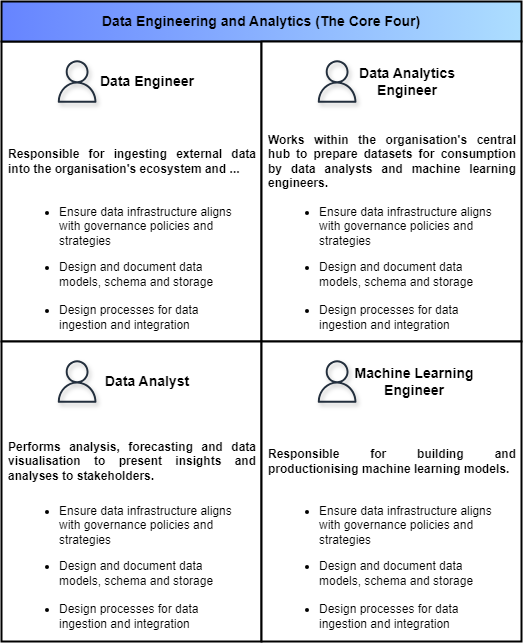
Earlier version of the draw.io export images/blogs/corefour.png (RobSLong/RobSLong.github.io). Source tidied: cells renumbered, new cells last; positions are measured from the earlier drawing's top-left corner, leaving out a move shared by most shapes.
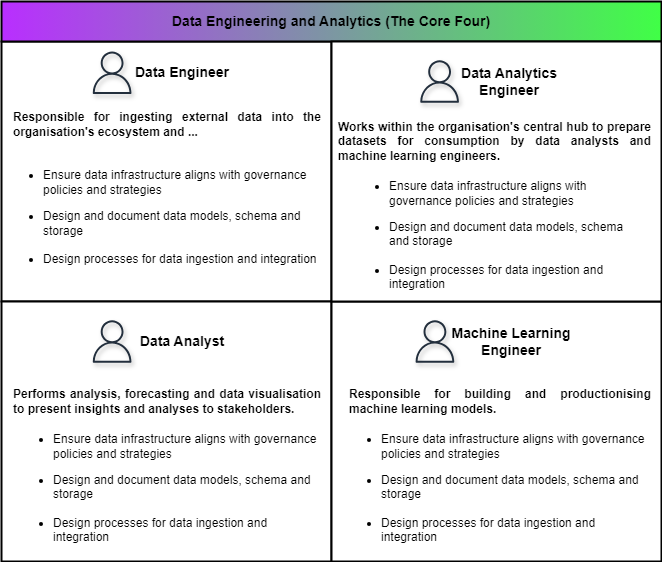
After the change.

Diff of the diagram source:
```diff
@@ -2,68 +2,68 @@
   <root>
     <mxCell id="0" />
     <mxCell id="1" parent="0" />
-    <mxCell id="2" style="rounded=0;whiteSpace=wrap;html=1;strokeWidth=2;" parent="1" vertex="1">
-      <mxGeometry y="40" width="260" height="300" as="geometry" />
-    </mxCell>
+    <mxCell id="23" style="rounded=0;whiteSpace=wrap;html=1;strokeWidth=2;" parent="1" vertex="1">
+      <mxGeometry x="-70" y="40" width="330" height="260" as="geometry" />
+    </mxCell>
+    <mxCell id="24" style="rounded=0;whiteSpace=wrap;html=1;strokeWidth=2;" parent="1" vertex="1">
+      <mxGeometry x="-70" y="300" width="330" height="260" as="geometry" />
+    </mxCell>
+    <mxCell id="25" style="rounded=0;whiteSpace=wrap;html=1;strokeWidth=2;" parent="1" vertex="1">
+      <mxGeometry x="260" y="300" width="330" height="260" as="geometry" />
+    </mxCell>
     <mxCell id="3" style="sketch=0;fontColor=#232F3E;gradientColor=none;fillColor=#232F3D;strokeColor=none;dashed=0;verticalLabelPosition=bottom;verticalAlign=top;align=center;html=1;fontSize=12;fontStyle=0;shape=mxgraph.aws4.user;shadow=1;textShadow=1;" parent="1" vertex="1">
-      <mxGeometry x="54.4" y="58.8" width="42.5" height="42.5" as="geometry" />
+      <mxGeometry x="19.4" y="50" width="42.5" height="42.5" as="geometry" />
     </mxCell>
     <mxCell id="4" value="&lt;b&gt;&lt;font style=&quot;font-size: 14px;&quot;&gt;Data Engineer&lt;/font&gt;&lt;/b&gt;" style="rounded=0;whiteSpace=wrap;html=1;fillColor=none;strokeColor=none;" parent="1" vertex="1">
-      <mxGeometry x="85.6" y="50" width="120" height="60" as="geometry" />
+      <mxGeometry x="50.6" y="41.2" width="120" height="60" as="geometry" />
     </mxCell>
     <mxCell id="5" value="&lt;ul&gt;&lt;li&gt;&lt;span style=&quot;background-color: initial; text-align: justify;&quot;&gt;Ensure data infrastructure aligns with governance policies and strategies&lt;/span&gt;&lt;/li&gt;&lt;/ul&gt;&lt;ul&gt;&lt;li&gt;&lt;span style=&quot;background-color: initial;&quot;&gt;Design and document data models, schema and storage&lt;br&gt;&lt;br&gt;&lt;/span&gt;&lt;/li&gt;&lt;li&gt;Design processes for data ingestion and integration&lt;/li&gt;&lt;/ul&gt;" style="rounded=0;whiteSpace=wrap;html=1;align=left;strokeColor=none;fillColor=none;" parent="1" vertex="1">
-      <mxGeometry x="15.6" y="203" width="228.8" height="127" as="geometry" />
+      <mxGeometry x="-70" y="152.5" width="320" height="127" as="geometry" />
     </mxCell>
     <mxCell id="6" value="&lt;div style=&quot;text-align: justify;&quot;&gt;&lt;b&gt;Responsible for ingesting external data into the organisation's ecosystem and ...&lt;/b&gt;&lt;br&gt;&lt;/div&gt;" style="rounded=0;whiteSpace=wrap;html=1;align=left;strokeColor=none;fillColor=none;" parent="1" vertex="1">
-      <mxGeometry x="5" y="130" width="250" height="60" as="geometry" />
+      <mxGeometry x="-60" y="92.5" width="310" height="60" as="geometry" />
     </mxCell>
-    <mxCell id="7" value="&lt;b&gt;&lt;font style=&quot;font-size: 14px;&quot;&gt;Data Engineering and Analytics (The Core Four)&lt;/font&gt;&lt;/b&gt;" style="rounded=0;whiteSpace=wrap;html=1;gradientColor=#ADDEFF;gradientDirection=east;fillColor=#6684FF;strokeWidth=2;" parent="1" vertex="1">
-      <mxGeometry width="520" height="40" as="geometry" />
+    <mxCell id="7" value="&lt;b&gt;&lt;font style=&quot;font-size: 14px;&quot;&gt;Data Engineering and Analytics (The Core Four)&lt;/font&gt;&lt;/b&gt;" style="rounded=0;whiteSpace=wrap;html=1;gradientColor=#40FF46;gradientDirection=east;fillColor=#B92EFF;strokeWidth=2;" parent="1" vertex="1">
+      <mxGeometry x="-70" width="660" height="40" as="geometry" />
     </mxCell>
     <mxCell id="8" style="rounded=0;whiteSpace=wrap;html=1;strokeWidth=2;" parent="1" vertex="1">
-      <mxGeometry x="260" y="40" width="260" height="300" as="geometry" />
+      <mxGeometry x="260" y="40" width="330" height="260" as="geometry" />
     </mxCell>
     <mxCell id="9" style="sketch=0;fontColor=#232F3E;gradientColor=none;fillColor=#232F3D;strokeColor=none;dashed=0;verticalLabelPosition=bottom;verticalAlign=top;align=center;html=1;fontSize=12;fontStyle=0;shape=mxgraph.aws4.user;shadow=1;textShadow=1;" parent="1" vertex="1">
-      <mxGeometry x="314.4" y="58.8" width="42.5" height="42.5" as="geometry" />
+      <mxGeometry x="346.9" y="58.8" width="42.5" height="42.5" as="geometry" />
     </mxCell>
     <mxCell id="10" value="&lt;b&gt;&lt;font style=&quot;font-size: 14px;&quot;&gt;Data Analytics Engineer&lt;/font&gt;&lt;/b&gt;" style="rounded=0;whiteSpace=wrap;html=1;fillColor=none;strokeColor=none;" parent="1" vertex="1">
-      <mxGeometry x="345.6" y="50" width="120" height="60" as="geometry" />
+      <mxGeometry x="378.1" y="50" width="120" height="60" as="geometry" />
     </mxCell>
     <mxCell id="11" value="&lt;ul&gt;&lt;li&gt;&lt;span style=&quot;background-color: initial; text-align: justify;&quot;&gt;Ensure data infrastructure aligns with governance policies and strategies&lt;/span&gt;&lt;/li&gt;&lt;/ul&gt;&lt;ul&gt;&lt;li&gt;&lt;span style=&quot;background-color: initial;&quot;&gt;Design and document data models, schema and storage&lt;br&gt;&lt;br&gt;&lt;/span&gt;&lt;/li&gt;&lt;li&gt;Design processes for data ingestion and integration&lt;/li&gt;&lt;/ul&gt;" style="rounded=0;whiteSpace=wrap;html=1;align=left;strokeColor=none;fillColor=none;" parent="1" vertex="1">
-      <mxGeometry x="275.6" y="203" width="228.8" height="127" as="geometry" />
+      <mxGeometry x="275.6" y="200" width="284.4" height="67" as="geometry" />
     </mxCell>
     <mxCell id="12" value="&lt;div style=&quot;text-align: justify;&quot;&gt;&lt;b&gt;Works within the organisation's central hub to prepare datasets for consumption by data analysts and machine learning engineers.&lt;/b&gt;&lt;/div&gt;" style="rounded=0;whiteSpace=wrap;html=1;align=left;strokeColor=none;fillColor=none;" parent="1" vertex="1">
-      <mxGeometry x="265" y="130" width="250" height="60" as="geometry" />
+      <mxGeometry x="265" y="110" width="315" height="60" as="geometry" />
     </mxCell>
-    <mxCell id="13" style="rounded=0;whiteSpace=wrap;html=1;strokeWidth=2;" parent="1" vertex="1">
-      <mxGeometry y="340" width="260" height="300" as="geometry" />
-    </mxCell>
     <mxCell id="14" style="sketch=0;fontColor=#232F3E;gradientColor=none;fillColor=#232F3D;strokeColor=none;dashed=0;verticalLabelPosition=bottom;verticalAlign=top;align=center;html=1;fontSize=12;fontStyle=0;shape=mxgraph.aws4.user;shadow=1;textShadow=1;" parent="1" vertex="1">
-      <mxGeometry x="54.4" y="358.8" width="42.5" height="42.5" as="geometry" />
+      <mxGeometry x="19.4" y="318.8" width="42.5" height="42.5" as="geometry" />
     </mxCell>
     <mxCell id="15" value="&lt;b&gt;&lt;font style=&quot;font-size: 14px;&quot;&gt;Data Analyst&lt;/font&gt;&lt;/b&gt;" style="rounded=0;whiteSpace=wrap;html=1;fillColor=none;strokeColor=none;" parent="1" vertex="1">
-      <mxGeometry x="85.6" y="350" width="120" height="60" as="geometry" />
+      <mxGeometry x="50.6" y="310" width="120" height="60" as="geometry" />
     </mxCell>
     <mxCell id="16" value="&lt;ul&gt;&lt;li&gt;&lt;span style=&quot;background-color: initial; text-align: justify;&quot;&gt;Ensure data infrastructure aligns with governance policies and strategies&lt;/span&gt;&lt;/li&gt;&lt;/ul&gt;&lt;ul&gt;&lt;li&gt;&lt;span style=&quot;background-color: initial;&quot;&gt;Design and document data models, schema and storage&lt;br&gt;&lt;br&gt;&lt;/span&gt;&lt;/li&gt;&lt;li&gt;Design processes for data ingestion and integration&lt;/li&gt;&lt;/ul&gt;" style="rounded=0;whiteSpace=wrap;html=1;align=left;strokeColor=none;fillColor=none;" parent="1" vertex="1">
-      <mxGeometry x="15.6" y="503" width="228.8" height="127" as="geometry" />
+      <mxGeometry x="-60" y="423.5" width="310" height="127" as="geometry" />
     </mxCell>
     <mxCell id="17" value="&lt;div style=&quot;text-align: justify;&quot;&gt;&lt;b&gt;Performs analysis, forecasting and data visualisation to present insights and analyses to stakeholders.&lt;/b&gt;&lt;br&gt;&lt;/div&gt;" style="rounded=0;whiteSpace=wrap;html=1;align=left;strokeColor=none;fillColor=none;" parent="1" vertex="1">
-      <mxGeometry x="5" y="430" width="250" height="60" as="geometry" />
+      <mxGeometry x="-60" y="370" width="310" height="60" as="geometry" />
     </mxCell>
-    <mxCell id="18" style="rounded=0;whiteSpace=wrap;html=1;strokeWidth=2;" parent="1" vertex="1">
-      <mxGeometry x="260" y="340" width="260" height="300" as="geometry" />
-    </mxCell>
     <mxCell id="19" style="sketch=0;fontColor=#232F3E;gradientColor=none;fillColor=#232F3D;strokeColor=none;dashed=0;verticalLabelPosition=bottom;verticalAlign=top;align=center;html=1;fontSize=12;fontStyle=0;shape=mxgraph.aws4.user;shadow=1;textShadow=1;" parent="1" vertex="1">
-      <mxGeometry x="314.4" y="358.8" width="42.5" height="42.5" as="geometry" />
+      <mxGeometry x="342.2" y="318.8" width="42.5" height="42.5" as="geometry" />
     </mxCell>
     <mxCell id="20" value="&lt;b&gt;&lt;font style=&quot;font-size: 14px;&quot;&gt;Machine Learning Engineer&lt;/font&gt;&lt;/b&gt;" style="rounded=0;whiteSpace=wrap;html=1;fillColor=none;strokeColor=none;" parent="1" vertex="1">
-      <mxGeometry x="345.6" y="350" width="134.4" height="60" as="geometry" />
+      <mxGeometry x="373.4" y="310" width="134.4" height="60" as="geometry" />
     </mxCell>
     <mxCell id="21" value="&lt;ul&gt;&lt;li&gt;&lt;span style=&quot;background-color: initial; text-align: justify;&quot;&gt;Ensure data infrastructure aligns with governance policies and strategies&lt;/span&gt;&lt;/li&gt;&lt;/ul&gt;&lt;ul&gt;&lt;li&gt;&lt;span style=&quot;background-color: initial;&quot;&gt;Design and document data models, schema and storage&lt;br&gt;&lt;br&gt;&lt;/span&gt;&lt;/li&gt;&lt;li&gt;Design processes for data ingestion and integration&lt;/li&gt;&lt;/ul&gt;" style="rounded=0;whiteSpace=wrap;html=1;align=left;strokeColor=none;fillColor=none;" parent="1" vertex="1">
-      <mxGeometry x="275.6" y="503" width="228.8" height="127" as="geometry" />
+      <mxGeometry x="267.5" y="423.5" width="310" height="127" as="geometry" />
     </mxCell>
     <mxCell id="22" value="&lt;div style=&quot;text-align: justify;&quot;&gt;&lt;b&gt;Responsible for building and productionising machine learning models.&lt;/b&gt;&lt;br&gt;&lt;/div&gt;" style="rounded=0;whiteSpace=wrap;html=1;align=left;strokeColor=none;fillColor=none;" parent="1" vertex="1">
-      <mxGeometry x="265" y="430" width="250" height="60" as="geometry" />
+      <mxGeometry x="275.6" y="370" width="304.4" height="60" as="geometry" />
     </mxCell>
   </root>
 </mxGraphModel>
```
